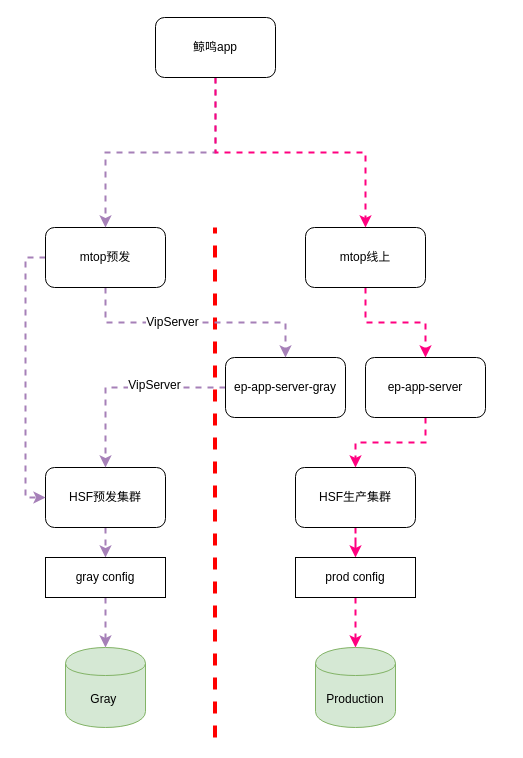
The draw.io diagram grayenv.drawio in QuanCong/draw, before the edit. Source tidied: cells renumbered, new cells numbered last; positions are measured from the earlier drawing's top-left corner, leaving out a move shared by most shapes. Both pictures are drawn from the tidied source at 100%, with x=0, y=0 at pixel (45, 17).
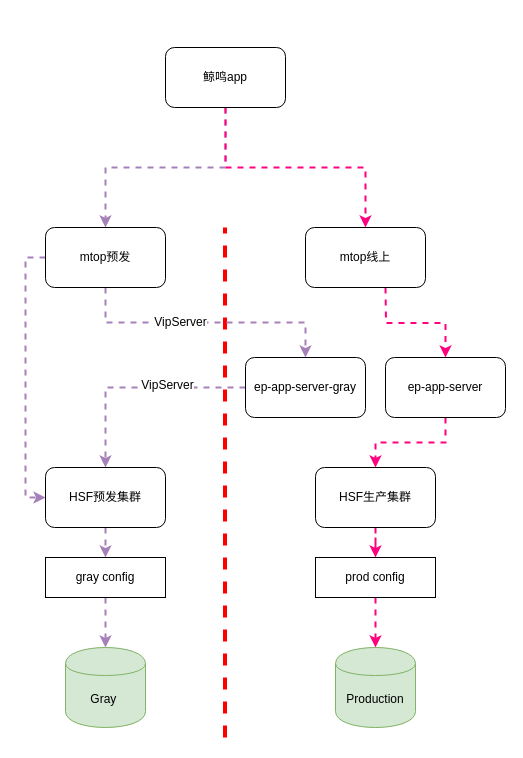
The same page after the edit.

Unchanged cells that the change refers to:
```xml
<mxCell id="23" value="mtop线上" style="rounded=1;whiteSpace=wrap;html=1;" parent="1" vertex="1">
  <mxGeometry x="260" y="210" width="120" height="60" as="geometry" />
</mxCell>
```

The edit, as a diff of the source:
```diff
@@
     <mxCell id="3" value="Production" style="shape=cylinder;whiteSpace=wrap;html=1;boundedLbl=1;backgroundOutline=1;fillColor=#d5e8d4;strokeColor=#82b366;" parent="1" vertex="1">
-      <mxGeometry x="270" y="630" width="80" height="80" as="geometry" />
+      <mxGeometry x="290" y="630" width="80" height="80" as="geometry" />
     </mxCell>
@@
     <mxCell id="7" value="HSF生产集群" style="rounded=1;whiteSpace=wrap;html=1;" parent="1" vertex="1">
-      <mxGeometry x="250" y="450" width="120" height="60" as="geometry" />
+      <mxGeometry x="270" y="450" width="120" height="60" as="geometry" />
     </mxCell>
@@
     <mxCell id="10" value="ep-app-server-gray" style="rounded=1;whiteSpace=wrap;html=1;" parent="1" vertex="1">
-      <mxGeometry x="180" y="340" width="120" height="60" as="geometry" />
+      <mxGeometry x="200" y="340" width="120" height="60" as="geometry" />
     </mxCell>
@@
     <mxCell id="12" value="ep-app-server" style="rounded=1;whiteSpace=wrap;html=1;" parent="1" vertex="1">
-      <mxGeometry x="320" y="340" width="120" height="60" as="geometry" />
+      <mxGeometry x="340" y="340" width="120" height="60" as="geometry" />
     </mxCell>
@@
     <mxCell id="16" value="prod config" style="rounded=0;whiteSpace=wrap;html=1;" parent="1" vertex="1">
-      <mxGeometry x="250" y="540" width="120" height="40" as="geometry" />
+      <mxGeometry x="270" y="540" width="120" height="40" as="geometry" />
     </mxCell>
     <mxCell id="17" style="endArrow=none;dashed=1;html=1;strokeColor=#FF0000;strokeWidth=4;" parent="1" edge="1">
       <mxGeometry relative="1" as="geometry">
-        <mxPoint x="169.5" y="720" as="sourcePoint" />
-        <mxPoint x="169.5" y="210" as="targetPoint" />
+        <mxPoint x="179.5" y="720" as="sourcePoint" />
+        <mxPoint x="179.5" y="210" as="targetPoint" />
       </mxGeometry>
     </mxCell>
@@
-    <mxCell id="22" style="edgeStyle=orthogonalEdgeStyle;rounded=0;jettySize=auto;html=1;exitX=0.5;exitY=1;exitDx=0;exitDy=0;entryX=0.5;entryY=0;entryDx=0;entryDy=0;dashed=1;strokeColor=#FF0080;strokeWidth=2;" parent="1" edge="1" source="23" target="12">
-      <mxGeometry relative="1" as="geometry" />
+    <mxCell id="22" style="edgeStyle=orthogonalEdgeStyle;rounded=0;jettySize=auto;html=1;exitX=0.5;exitY=1;exitDx=0;exitDy=0;entryX=0.5;entryY=0;entryDx=0;entryDy=0;dashed=1;strokeColor=#FF0080;strokeWidth=2;" parent="1" edge="1" target="12">
+      <mxGeometry relative="1" as="geometry">
+        <mxPoint x="340" y="270" as="sourcePoint" />
+      </mxGeometry>
     </mxCell>
@@
     <mxCell id="26" value="鲸鸣app" style="rounded=1;whiteSpace=wrap;html=1;" parent="1" vertex="1">
-      <mxGeometry x="110" width="120" height="60" as="geometry" />
+      <mxGeometry x="120" y="30" width="120" height="60" as="geometry" />
     </mxCell>
```
